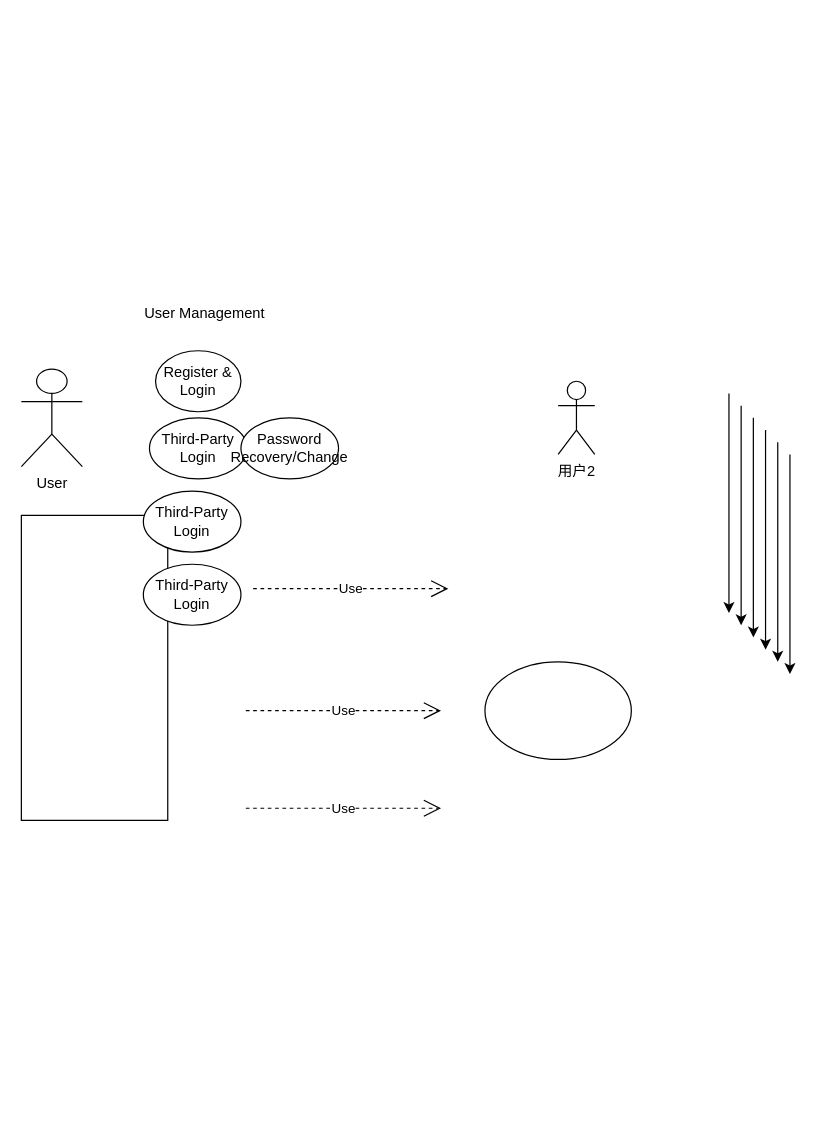
Earlier version of the draw.io diagram 用例图.drawio (Beaulol/drawUseCase). Source tidied: cells renumbered, new cells numbered last; positions are measured from the earlier drawing's top-left corner, leaving out a move shared by most shapes. Both pictures are drawn from the tidied source at 122%, with x=0, y=0 at pixel (21, 295).
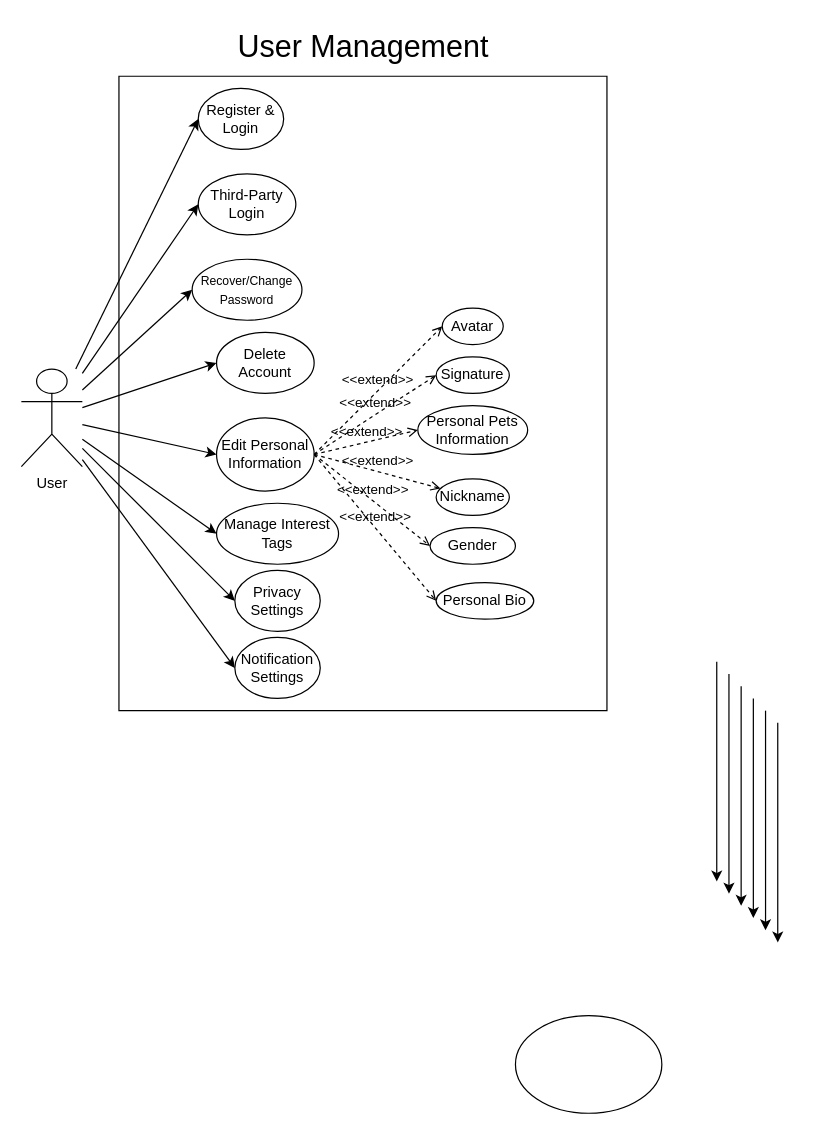
After the change.

Commit message (it also covers changes not shown here):
更新用例图.drawio

The change refers to these unchanged cells:
```xml
<mxCell id="2" value="User&lt;div&gt;&lt;br&gt;&lt;/div&gt;" style="shape=umlActor;html=1;verticalLabelPosition=bottom;verticalAlign=top;align=center;" parent="1" vertex="1">
  <mxGeometry y="60" width="50" height="80" as="geometry" />
</mxCell>
```

Change to the diagram source:
```diff
@@
-    <mxCell id="3" value="用户2" style="shape=umlActor;html=1;verticalLabelPosition=bottom;verticalAlign=top;align=center;" parent="1" vertex="1">
-      <mxGeometry x="440" y="70" width="30" height="60" as="geometry" />
-    </mxCell>
-    <mxCell id="4" value="Use" style="endArrow=open;endSize=12;dashed=1;html=1;rounded=0;" parent="1" edge="1">
-      <mxGeometry relative="1" as="geometry">
-        <mxPoint x="184" y="340" as="sourcePoint" />
-        <mxPoint x="344" y="340" as="targetPoint" />
-      </mxGeometry>
-    </mxCell>
-    <mxCell id="5" value="Use" style="endArrow=open;endSize=12;dashed=1;html=1;rounded=0;" parent="1" edge="1">
-      <mxGeometry relative="1" as="geometry">
-        <mxPoint x="184" y="420" as="sourcePoint" />
-        <mxPoint x="344" y="420" as="targetPoint" />
-      </mxGeometry>
-    </mxCell>
-    <mxCell id="6" value="Use" style="endArrow=open;endSize=12;dashed=1;html=1;rounded=0;" parent="1" edge="1">
-      <mxGeometry relative="1" as="geometry">
-        <mxPoint x="190" y="240" as="sourcePoint" />
-        <mxPoint x="350" y="240" as="targetPoint" />
-      </mxGeometry>
-    </mxCell>
     <mxCell id="7" style="ellipse;whiteSpace=wrap;html=1;" parent="1" vertex="1">
-      <mxGeometry x="380" y="300" width="120" height="80" as="geometry" />
+      <mxGeometry x="405" y="590" width="120" height="80" as="geometry" />
     </mxCell>
     <mxCell id="8" value="Register &amp;amp; Login" style="ellipse;whiteSpace=wrap;html=1;" parent="1" vertex="1">
-      <mxGeometry x="110" y="45" width="70" height="50" as="geometry" />
+      <mxGeometry x="145" y="-170" width="70" height="50" as="geometry" />
     </mxCell>
     <mxCell id="9" style="edgeStyle=orthogonalEdgeStyle;rounded=0;orthogonalLoop=1;jettySize=auto;html=1;exitX=0.5;exitY=0.5;exitDx=0;exitDy=0;exitPerimeter=0;" parent="1" edge="1">
       <mxGeometry relative="1" as="geometry">
-        <mxPoint x="580" y="80" as="sourcePoint" />
-        <mxPoint x="580" y="260" as="targetPoint" />
+        <mxPoint x="570" y="300" as="sourcePoint" />
+        <mxPoint x="570" y="480" as="targetPoint" />
       </mxGeometry>
     </mxCell>
     <mxCell id="10" style="edgeStyle=orthogonalEdgeStyle;rounded=0;orthogonalLoop=1;jettySize=auto;html=1;exitX=0.5;exitY=0.5;exitDx=0;exitDy=0;exitPerimeter=0;" parent="1" edge="1">
       <mxGeometry relative="1" as="geometry">
-        <mxPoint x="590" y="90" as="sourcePoint" />
-        <mxPoint x="590" y="270" as="targetPoint" />
+        <mxPoint x="580" y="310" as="sourcePoint" />
+        <mxPoint x="580" y="490" as="targetPoint" />
       </mxGeometry>
     </mxCell>
     <mxCell id="11" style="edgeStyle=orthogonalEdgeStyle;rounded=0;orthogonalLoop=1;jettySize=auto;html=1;exitX=0.5;exitY=0.5;exitDx=0;exitDy=0;exitPerimeter=0;" parent="1" edge="1">
       <mxGeometry relative="1" as="geometry">
-        <mxPoint x="600" y="100" as="sourcePoint" />
-        <mxPoint x="600" y="280" as="targetPoint" />
+        <mxPoint x="590" y="320" as="sourcePoint" />
+        <mxPoint x="590" y="500" as="targetPoint" />
       </mxGeometry>
     </mxCell>
     <mxCell id="12" style="edgeStyle=orthogonalEdgeStyle;rounded=0;orthogonalLoop=1;jettySize=auto;html=1;exitX=0.5;exitY=0.5;exitDx=0;exitDy=0;exitPerimeter=0;" parent="1" edge="1">
       <mxGeometry relative="1" as="geometry">
-        <mxPoint x="610" y="110" as="sourcePoint" />
-        <mxPoint x="610" y="290" as="targetPoint" />
+        <mxPoint x="600" y="330" as="sourcePoint" />
+        <mxPoint x="600" y="510" as="targetPoint" />
       </mxGeometry>
     </mxCell>
     <mxCell id="13" style="edgeStyle=orthogonalEdgeStyle;rounded=0;orthogonalLoop=1;jettySize=auto;html=1;exitX=0.5;exitY=0.5;exitDx=0;exitDy=0;exitPerimeter=0;" parent="1" edge="1">
       <mxGeometry relative="1" as="geometry">
-        <mxPoint x="620" y="120" as="sourcePoint" />
-        <mxPoint x="620" y="300" as="targetPoint" />
+        <mxPoint x="610" y="340" as="sourcePoint" />
+        <mxPoint x="610" y="520" as="targetPoint" />
       </mxGeometry>
     </mxCell>
     <mxCell id="14" style="edgeStyle=orthogonalEdgeStyle;rounded=0;orthogonalLoop=1;jettySize=auto;html=1;exitX=0.5;exitY=0.5;exitDx=0;exitDy=0;exitPerimeter=0;" parent="1" edge="1">
       <mxGeometry relative="1" as="geometry">
-        <mxPoint x="630" y="130" as="sourcePoint" />
-        <mxPoint x="630" y="310" as="targetPoint" />
+        <mxPoint x="620" y="350" as="sourcePoint" />
+        <mxPoint x="620" y="530" as="targetPoint" />
       </mxGeometry>
     </mxCell>
     <mxCell id="15" value="Third-Party Login" style="ellipse;whiteSpace=wrap;html=1;" parent="1" vertex="1">
-      <mxGeometry x="105" y="100" width="80" height="50" as="geometry" />
+      <mxGeometry x="145" y="-100" width="80" height="50" as="geometry" />
     </mxCell>
     <mxCell id="16" style="verticalLabelPosition=bottom;verticalAlign=top;html=1;shape=mxgraph.basic.rect;fillColor2=none;strokeWidth=1;size=20;indent=5;fillColor=none;" parent="1" vertex="1">
-      <mxGeometry y="180" width="120" height="250" as="geometry" />
+      <mxGeometry x="80" y="-180" width="400" height="520" as="geometry" />
     </mxCell>
-    <mxCell id="17" value="User Management" style="text;html=1;align=center;verticalAlign=middle;strokeColor=none;fillColor=none;" parent="1" vertex="1">
-      <mxGeometry x="90" width="120" height="30" as="geometry" />
+    <mxCell id="17" value="&lt;font style=&quot;font-size: 25px;&quot;&gt;User Management&lt;/font&gt;" style="text;html=1;align=center;verticalAlign=middle;strokeColor=none;fillColor=none;" parent="1" vertex="1">
+      <mxGeometry x="165" y="-225" width="230" height="40" as="geometry" />
     </mxCell>
-    <mxCell id="18" value="Third-Party Login" style="ellipse;whiteSpace=wrap;html=1;" parent="1" vertex="1">
-      <mxGeometry x="100" y="160" width="80" height="50" as="geometry" />
+    <mxCell id="18" value="Edit Personal Information" style="ellipse;whiteSpace=wrap;html=1;" parent="1" vertex="1">
+      <mxGeometry x="160" y="100" width="80" height="60" as="geometry" />
     </mxCell>
-    <mxCell id="19" value="Password Recovery/Change" style="ellipse;whiteSpace=wrap;html=1;" parent="1" vertex="1">
-      <mxGeometry x="180" y="100" width="80" height="50" as="geometry" />
+    <mxCell id="19" value="&lt;font style=&quot;font-size: 10px;&quot;&gt;Recover/Change Password&lt;/font&gt;" style="ellipse;whiteSpace=wrap;html=1;" parent="1" vertex="1">
+      <mxGeometry x="140" y="-30" width="90" height="50" as="geometry" />
     </mxCell>
-    <mxCell id="20" value="Third-Party Login" style="ellipse;whiteSpace=wrap;html=1;" parent="1" vertex="1">
-      <mxGeometry x="100" y="220" width="80" height="50" as="geometry" />
+    <mxCell id="20" value="Delete Account" style="ellipse;whiteSpace=wrap;html=1;" parent="1" vertex="1">
+      <mxGeometry x="160" y="30" width="80" height="50" as="geometry" />
     </mxCell>
+    <mxCell id="21" value="&amp;lt;&amp;lt;extend&amp;gt;&amp;gt;" style="html=1;verticalAlign=bottom;labelBackgroundColor=none;endArrow=open;endFill=0;dashed=1;rounded=0;exitX=1;exitY=0.5;exitDx=0;exitDy=0;" parent="1" edge="1" source="18" target="22">
+      <mxGeometry relative="1" as="geometry" />
+    </mxCell>
+    <mxCell id="22" value="Nickname" style="ellipse;whiteSpace=wrap;html=1;" parent="1" vertex="1">
+      <mxGeometry x="340" y="150" width="60" height="30" as="geometry" />
+    </mxCell>
+    <mxCell id="23" value="Avatar" style="ellipse;whiteSpace=wrap;html=1;" parent="1" vertex="1">
+      <mxGeometry x="345" y="10" width="50" height="30" as="geometry" />
+    </mxCell>
+    <mxCell id="24" value="&amp;lt;&amp;lt;extend&amp;gt;&amp;gt;" style="html=1;verticalAlign=bottom;labelBackgroundColor=none;endArrow=open;endFill=0;dashed=1;rounded=0;exitX=1;exitY=0.5;exitDx=0;exitDy=0;entryX=0;entryY=0.5;entryDx=0;entryDy=0;" parent="1" edge="1" source="18" target="27">
+      <mxGeometry relative="1" as="geometry" />
+    </mxCell>
+    <mxCell id="25" value="&amp;lt;&amp;lt;extend&amp;gt;&amp;gt;" style="html=1;verticalAlign=bottom;labelBackgroundColor=none;endArrow=open;endFill=0;dashed=1;rounded=0;entryX=0;entryY=0.5;entryDx=0;entryDy=0;exitX=1;exitY=0.5;exitDx=0;exitDy=0;" parent="1" edge="1" source="18" target="28">
+      <mxGeometry relative="1" as="geometry" />
+    </mxCell>
+    <mxCell id="26" value="&amp;lt;&amp;lt;extend&amp;gt;&amp;gt;" style="html=1;verticalAlign=bottom;labelBackgroundColor=none;endArrow=open;endFill=0;dashed=1;rounded=0;exitX=1;exitY=0.5;exitDx=0;exitDy=0;entryX=0;entryY=0.5;entryDx=0;entryDy=0;" parent="1" edge="1" source="18" target="23">
+      <mxGeometry relative="1" as="geometry" />
+    </mxCell>
+    <mxCell id="27" value="Signature" style="ellipse;whiteSpace=wrap;html=1;" parent="1" vertex="1">
+      <mxGeometry x="340" y="50" width="60" height="30" as="geometry" />
+    </mxCell>
+    <mxCell id="28" value="Personal Pets Information" style="ellipse;whiteSpace=wrap;html=1;" parent="1" vertex="1">
+      <mxGeometry x="325" y="90" width="90" height="40" as="geometry" />
+    </mxCell>
+    <mxCell id="29" value="&amp;lt;&amp;lt;extend&amp;gt;&amp;gt;" style="html=1;verticalAlign=bottom;labelBackgroundColor=none;endArrow=open;endFill=0;dashed=1;rounded=0;entryX=0;entryY=0.5;entryDx=0;entryDy=0;" parent="1" edge="1" target="30">
+      <mxGeometry relative="1" as="geometry">
+        <mxPoint x="240" y="130" as="sourcePoint" />
+      </mxGeometry>
+    </mxCell>
+    <mxCell id="30" value="Gender" style="ellipse;whiteSpace=wrap;html=1;" parent="1" vertex="1">
+      <mxGeometry x="335" y="190" width="70" height="30" as="geometry" />
+    </mxCell>
+    <mxCell id="31" style="endArrow=classic;html=1;rounded=0;entryX=0;entryY=0.5;entryDx=0;entryDy=0;" parent="1" edge="1" source="2" target="8">
+      <mxGeometry relative="1" as="geometry" />
+    </mxCell>
+    <mxCell id="32" style="endArrow=classic;html=1;rounded=0;entryX=0;entryY=0.5;entryDx=0;entryDy=0;" parent="1" edge="1" source="2" target="15">
+      <mxGeometry relative="1" as="geometry" />
+    </mxCell>
+    <mxCell id="33" style="endArrow=classic;html=1;rounded=0;entryX=0;entryY=0.5;entryDx=0;entryDy=0;" parent="1" edge="1" source="2" target="19">
+      <mxGeometry relative="1" as="geometry" />
+    </mxCell>
+    <mxCell id="34" style="endArrow=classic;html=1;rounded=0;entryX=0;entryY=0.5;entryDx=0;entryDy=0;" parent="1" edge="1" source="2" target="18">
+      <mxGeometry relative="1" as="geometry" />
+    </mxCell>
+    <mxCell id="35" style="endArrow=classic;html=1;rounded=0;entryX=0;entryY=0.5;entryDx=0;entryDy=0;" parent="1" edge="1" source="2" target="20">
+      <mxGeometry relative="1" as="geometry" />
+    </mxCell>
+    <mxCell id="36" value="Manage Interest Tags" style="ellipse;whiteSpace=wrap;html=1;" parent="1" vertex="1">
+      <mxGeometry x="160" y="170" width="100" height="50" as="geometry" />
+    </mxCell>
+    <mxCell id="37" value="Privacy Settings" style="ellipse;whiteSpace=wrap;html=1;" parent="1" vertex="1">
+      <mxGeometry x="175" y="225" width="70" height="50" as="geometry" />
+    </mxCell>
+    <mxCell id="38" style="endArrow=classic;html=1;rounded=0;entryX=0;entryY=0.5;entryDx=0;entryDy=0;" parent="1" edge="1" source="2" target="36">
+      <mxGeometry relative="1" as="geometry" />
+    </mxCell>
+    <mxCell id="39" value="&amp;lt;&amp;lt;extend&amp;gt;&amp;gt;" style="html=1;verticalAlign=bottom;labelBackgroundColor=none;endArrow=open;endFill=0;dashed=1;rounded=0;exitX=1;exitY=0.5;exitDx=0;exitDy=0;entryX=0;entryY=0.5;entryDx=0;entryDy=0;" parent="1" edge="1" source="18" target="40">
+      <mxGeometry relative="1" as="geometry" />
+    </mxCell>
+    <mxCell id="40" value="Personal Bio" style="ellipse;whiteSpace=wrap;html=1;" parent="1" vertex="1">
+      <mxGeometry x="340" y="235" width="80" height="30" as="geometry" />
+    </mxCell>
+    <mxCell id="41" value="Notification Settings" style="ellipse;whiteSpace=wrap;html=1;" parent="1" vertex="1">
+      <mxGeometry x="175" y="280" width="70" height="50" as="geometry" />
+    </mxCell>
+    <mxCell id="42" style="endArrow=classic;html=1;rounded=0;entryX=0;entryY=0.5;entryDx=0;entryDy=0;" parent="1" edge="1" source="2" target="37">
+      <mxGeometry relative="1" as="geometry" />
+    </mxCell>
+    <mxCell id="43" style="endArrow=classic;html=1;rounded=0;entryX=0;entryY=0.5;entryDx=0;entryDy=0;" parent="1" edge="1" source="2" target="41">
+      <mxGeometry relative="1" as="geometry" />
+    </mxCell>
```
